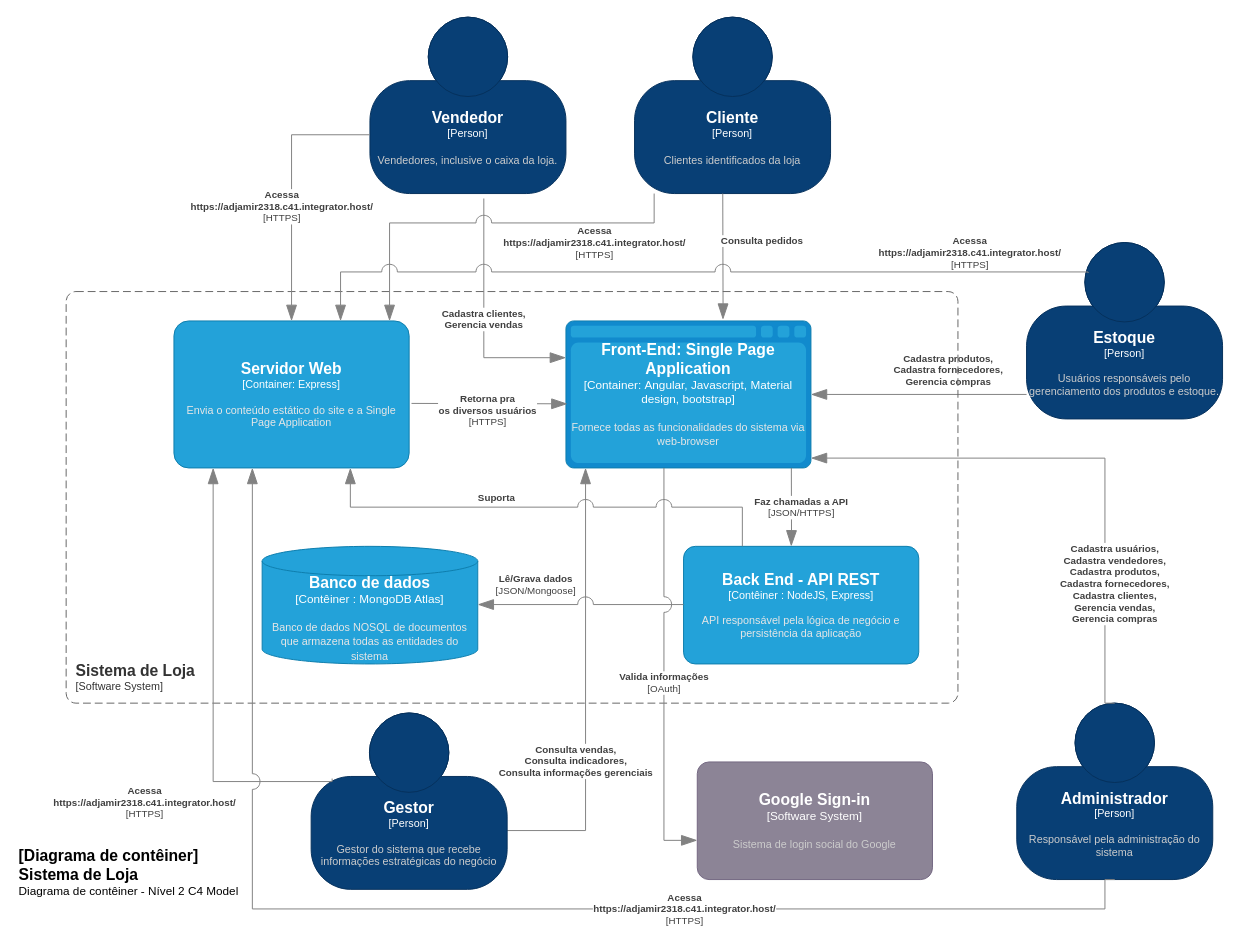
This is page "Nível 2 - Contêiner" (2 of 4) of projeto/documentacao/C4Model.drawio from adjamirgalvao/pucminas, a draw.io file, before an edit. Source tidied: cells renumbered, new cells numbered last; positions are measured from the earlier drawing's top-left corner, leaving out a move shared by most shapes. Both pictures are drawn from the tidied source at 98%, with x=0, y=0 at pixel (17, 17).
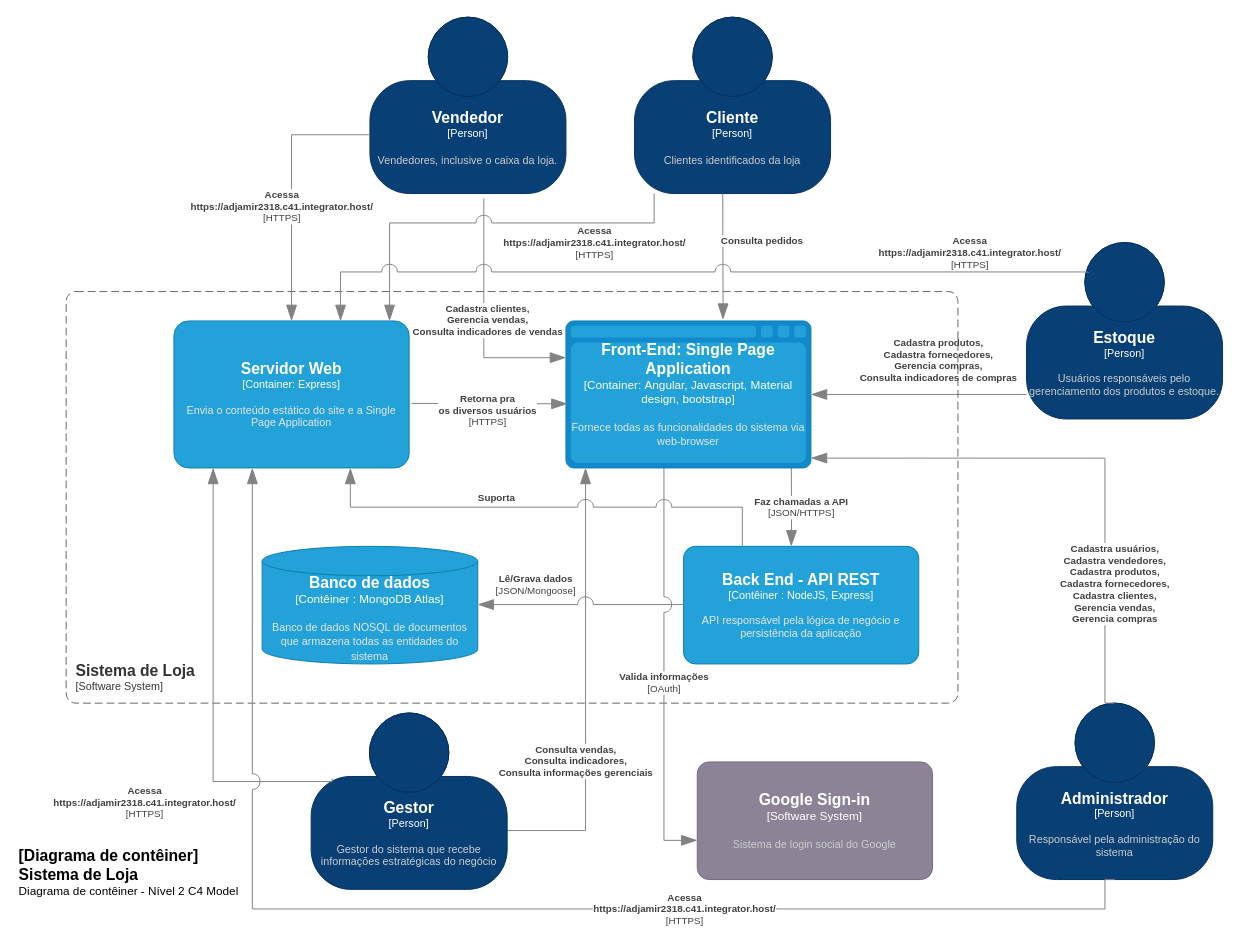
The same page after the edit.

The change refers to these unchanged cells:
```xml
<object id="3" label="&lt;font style=&quot;font-size: 16px&quot;&gt;&lt;b&gt;%c4Name%&lt;/b&gt;&lt;/font&gt;&lt;div&gt;[%c4Type%]&lt;/div&gt;&lt;br&gt;&lt;div&gt;&lt;font style=&quot;font-size: 11px&quot;&gt;&lt;font color=&quot;#cccccc&quot;&gt;%c4Description%&lt;/font&gt;&lt;/div&gt;" c4Description="Usuários responsáveis pelo gerenciamento dos produtos e estoque." c4Name="Estoque" c4Type="Person" placeholders="1">
  <mxCell style="html=1;fontSize=11;dashed=0;whiteSpace=wrap;fillColor=#083F75;strokeColor=#06315C;fontColor=#ffffff;shape=mxgraph.c4.person2;align=center;points=[[0.5,0,0],[1,0.5,0],[1,0.75,0],[0.75,1,0],[0.5,1,0],[0.25,1,0],[0,0.75,0],[0,0.5,0]];" parent="1" vertex="1">
    <mxGeometry x="1030" y="230" width="200" height="180" as="geometry" />
  </mxCell>
</object>
<object id="5" label="&lt;font style=&quot;font-size: 16px&quot;&gt;&lt;b&gt;%c4Name%&lt;/b&gt;&lt;/font&gt;&lt;div&gt;[%c4Type%]&lt;/div&gt;&lt;br&gt;&lt;div&gt;&lt;font style=&quot;font-size: 11px&quot;&gt;&lt;font color=&quot;#cccccc&quot;&gt;%c4Description%&lt;/font&gt;&lt;/div&gt;" c4Description="Vendedores, inclusive o caixa da loja." c4Name="Vendedor" c4Type="Person" placeholders="1">
  <mxCell style="html=1;fontSize=11;dashed=0;whiteSpace=wrap;fillColor=#083F75;strokeColor=#06315C;fontColor=#ffffff;shape=mxgraph.c4.person2;align=center;points=[[0.5,0,0],[1,0.5,0],[1,0.75,0],[0.75,1,0],[0.5,1,0],[0.25,1,0],[0,0.75,0],[0,0.5,0]];" parent="1" vertex="1">
    <mxGeometry x="360" width="200" height="180" as="geometry" />
  </mxCell>
</object>
<object id="16" label="&lt;font style=&quot;font-size: 16px&quot;&gt;&lt;b&gt;%c4Type%&lt;/b&gt;&lt;/font&gt;&lt;div&gt;[%c4Container%:&amp;nbsp;%c4Technology%]&lt;/div&gt;&lt;br&gt;&lt;div&gt;&lt;font style=&quot;font-size: 11px&quot;&gt;&lt;font color=&quot;#E6E6E6&quot;&gt;%c4Description%&lt;/font&gt;&lt;/div&gt;" c4Container="Container" c4Description="Fornece todas as funcionalidades do sistema via web-browser" c4Technology="Angular, Javascript, Material design, bootstrap" c4Type="Front-End: Single Page Application" placeholders="1">
  <mxCell style="shape=mxgraph.c4.webBrowserContainer2;whiteSpace=wrap;html=1;boundedLbl=1;rounded=0;labelBackgroundColor=none;strokeColor=#118ACD;fillColor=#23A2D9;strokeColor=#118ACD;strokeColor2=#0E7DAD;fontSize=12;fontColor=#ffffff;align=center;points=[[0,0.25,0,0,0],[0,0.5,0,0,0],[0,0.75,0,0,0],[0.5,0,0,0,0],[0.5,1,0,0,0],[1,0.25,0,0,0],[1,0.5,0,0,0],[1,0.75,0,0,0]];" parent="1" vertex="1">
    <mxGeometry x="560" y="310" width="250" height="150" as="geometry" />
  </mxCell>
</object>
```

Change to the diagram source:
```diff
@@
-    <object id="4" label="&lt;div style=&quot;text-align: left&quot;&gt;&lt;div style=&quot;text-align: center&quot;&gt;&lt;b&gt;%c4Description%&lt;/b&gt;&lt;/div&gt;" c4Description="Cadastra produtos, &#10;Cadastra fornecedores, &#10;Gerencia compras" placeholders="1">
+    <object id="4" label="&lt;div style=&quot;text-align: left&quot;&gt;&lt;div style=&quot;text-align: center&quot;&gt;&lt;b&gt;%c4Description%&lt;/b&gt;&lt;/div&gt;" c4Description="Cadastra produtos, &#10;Cadastra fornecedores, &#10;Gerencia compras,&#10;Consulta indicadores de compras" placeholders="1">
       <mxCell style="endArrow=blockThin;html=1;fontSize=10;fontColor=#404040;strokeWidth=1;endFill=1;strokeColor=#828282;elbow=vertical;endSize=14;startSize=14;jumpStyle=arc;jumpSize=16;rounded=0;edgeStyle=orthogonalEdgeStyle;" parent="1" edge="1" source="3" target="16">
-        <mxGeometry x="-0.27" y="-25" relative="1" as="geometry">
+        <mxGeometry x="-0.18" y="-35" relative="1" as="geometry">
           <Array as="points">
             <mxPoint x="990" y="385" />
             <mxPoint x="990" y="385" />
           </Array>
         </mxGeometry>
       </mxCell>
     </object>
@@
-    <object id="6" label="&lt;div style=&quot;text-align: left&quot;&gt;&lt;div style=&quot;text-align: center&quot;&gt;&lt;b&gt;%c4Description%&lt;/b&gt;&lt;/div&gt;" c4Description="Cadastra clientes,&#10;Gerencia vendas" placeholders="1">
+    <object id="6" label="&lt;div style=&quot;text-align: left&quot;&gt;&lt;div style=&quot;text-align: center&quot;&gt;&lt;b&gt;%c4Description%&lt;/b&gt;&lt;/div&gt;" c4Description="Cadastra clientes,&#10;Gerencia vendas,&#10;Consulta indicadores de vendas" placeholders="1">
       <mxCell style="endArrow=blockThin;html=1;fontSize=10;fontColor=#404040;strokeWidth=1;endFill=1;strokeColor=#828282;elbow=vertical;endSize=14;startSize=14;jumpStyle=arc;jumpSize=16;rounded=0;edgeStyle=orthogonalEdgeStyle;entryX=0;entryY=0.25;entryDx=0;entryDy=0;entryPerimeter=0;exitX=0.581;exitY=1.028;exitDx=0;exitDy=0;exitPerimeter=0;" parent="1" edge="1" source="5" target="16">
-        <mxGeometry relative="1" as="geometry" />
+        <mxGeometry x="0.01" y="4" relative="1" as="geometry" />
       </mxCell>
     </object>
```
